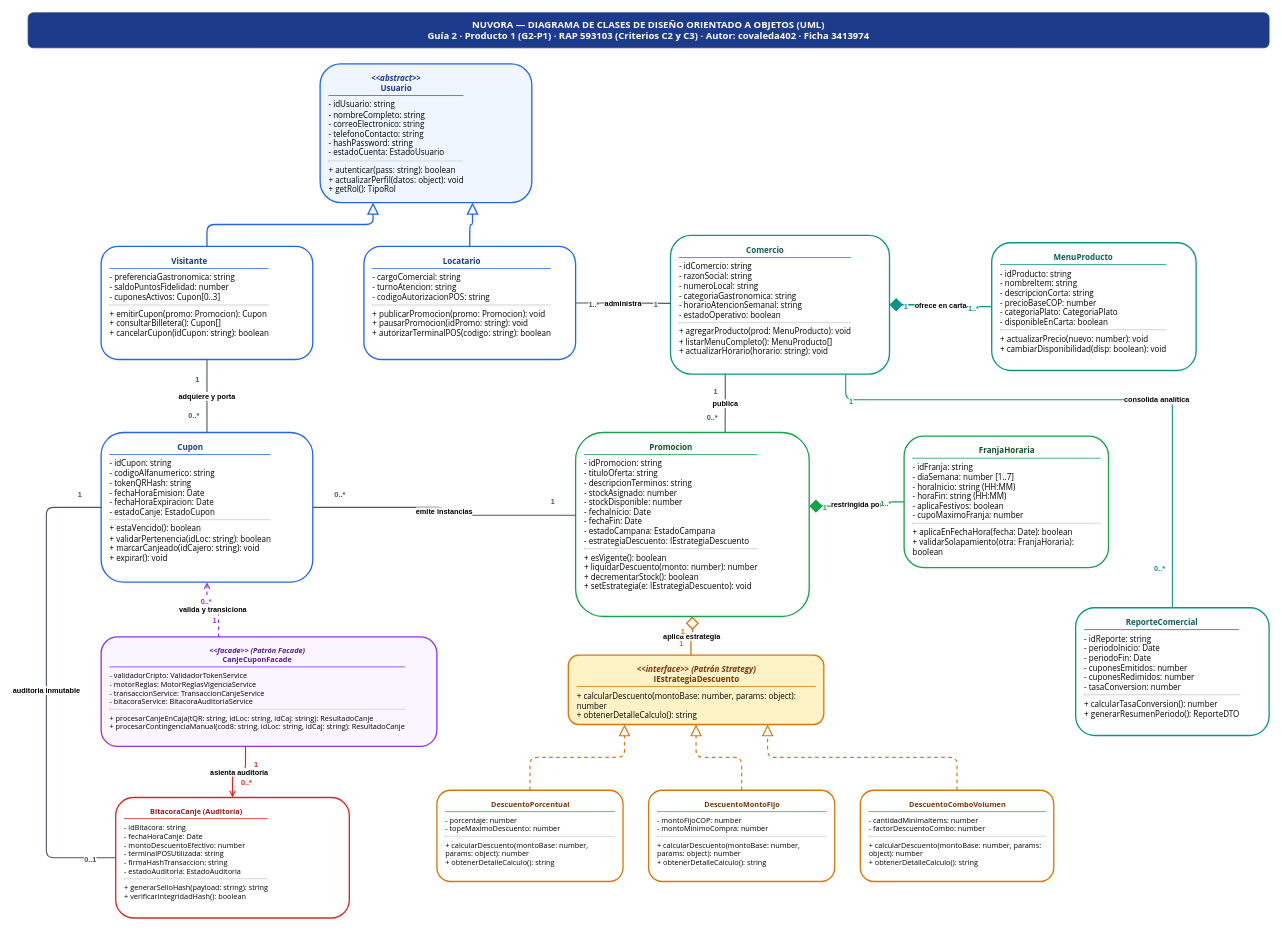
Earlier version of the draw.io diagram 02-training-project/01-phase/02-planning/06-architecture/04-evidence-learning/G2-P1-covaleda/02-diagrama-clases.drawio (covaleda402/ADSO-3413974). Source tidied: cells renumbered, new cells numbered last; positions are measured from the earlier drawing's top-left corner, leaving out a move shared by most shapes. Both pictures are drawn from the tidied source at 73%, with x=0, y=0 at pixel (28, 12).
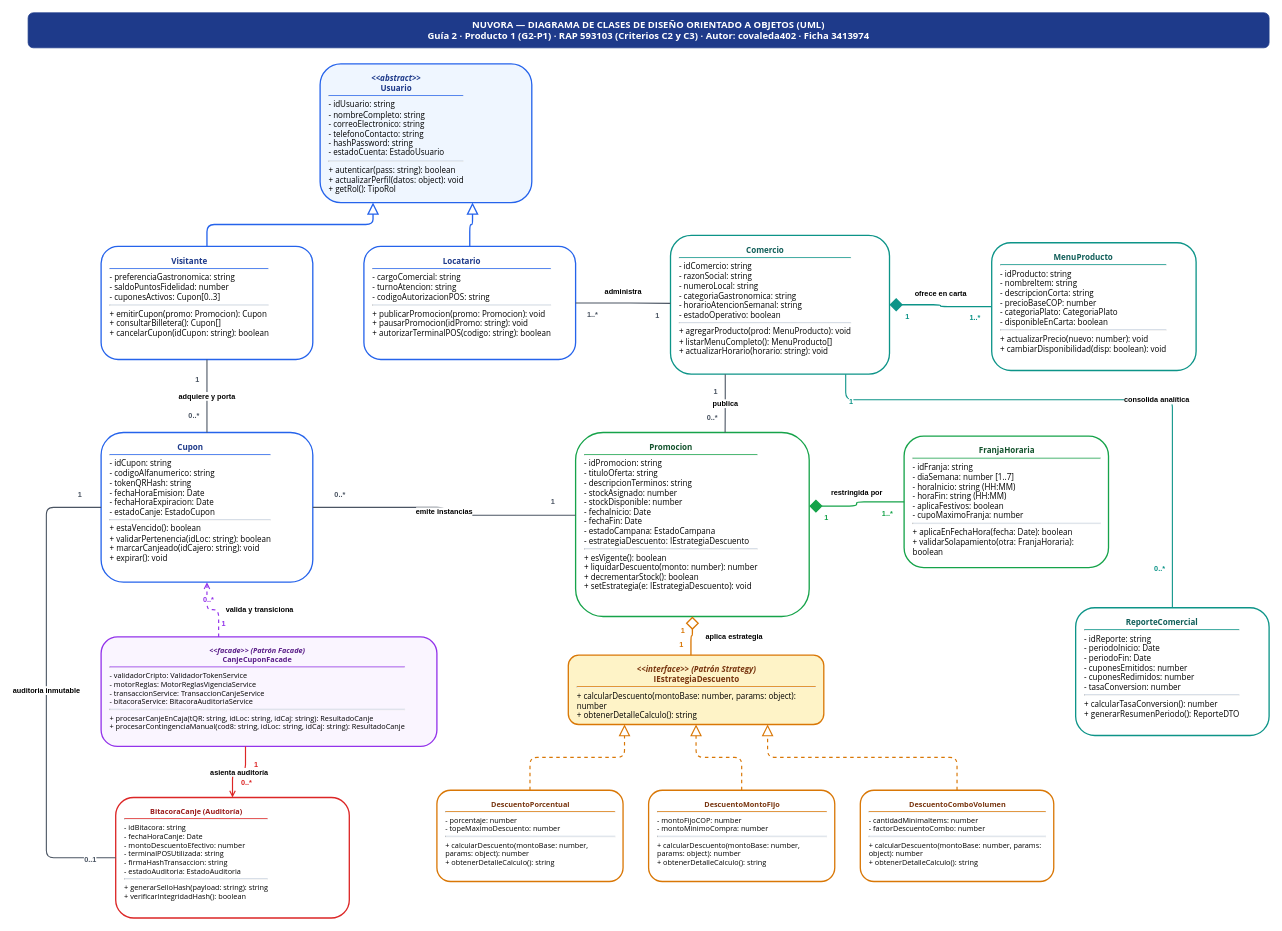
The same page after the edit.

Commit message (it also covers changes not shown here):
fix(g2-p1): pulir etiquetas en clases, unificar interfaces en componentes y flechas en despliegue

Unchanged cells that the change refers to:
```xml
<mxCell id="5" value="&lt;p style=&quot;margin:0px;text-align:center;font-weight:bold;color:#1E3A8A;&quot;&gt;Locatario&lt;/p&gt;&lt;hr style=&quot;border-top:1.5px solid #2563EB;margin:4px 0px;&quot;/&gt;- cargoComercial: string&lt;br/&gt;- turnoAtencion: string&lt;br/&gt;- codigoAutorizacionPOS: string&lt;hr style=&quot;border-top:1px solid #CBD5E1;margin:4px 0px;&quot;/&gt;+ publicarPromocion(promo: Promocion): void&lt;br/&gt;+ pausarPromocion(idPromo: string): void&lt;br/&gt;+ autorizarTerminalPOS(codigo: string): boolean" style="rounded=1;whiteSpace=wrap;html=1;align=left;verticalAlign=top;spacingLeft=10;spacingRight=10;spacingTop=6;spacingBottom=6;fillColor=#FFFFFF;strokeColor=#2563EB;strokeWidth=1.8;fontSize=11;fontFamily=Segoe UI;" parent="1" vertex="1">
  <mxGeometry x="460" y="320" width="290" height="155" as="geometry" />
</mxCell>
<mxCell id="6" value="&lt;p style=&quot;margin:0px;text-align:center;font-weight:bold;color:#115E59;&quot;&gt;Comercio&lt;/p&gt;&lt;hr style=&quot;border-top:1.5px solid #0D9488;margin:4px 0px;&quot;/&gt;- idComercio: string&lt;br/&gt;- razonSocial: string&lt;br/&gt;- numeroLocal: string&lt;br/&gt;- categoriaGastronomica: string&lt;br/&gt;- horarioAtencionSemanal: string&lt;br/&gt;- estadoOperativo: boolean&lt;hr style=&quot;border-top:1px solid #CBD5E1;margin:4px 0px;&quot;/&gt;+ agregarProducto(prod: MenuProducto): void&lt;br/&gt;+ listarMenuCompleto(): MenuProducto[]&lt;br/&gt;+ actualizarHorario(horario: string): void" style="rounded=1;whiteSpace=wrap;html=1;align=left;verticalAlign=top;spacingLeft=10;spacingRight=10;spacingTop=6;spacingBottom=6;fillColor=#FFFFFF;strokeColor=#0D9488;strokeWidth=1.8;fontSize=11;fontFamily=Segoe UI;" parent="1" vertex="1">
  <mxGeometry x="880" y="305" width="300" height="190" as="geometry" />
</mxCell>
<mxCell id="7" value="&lt;p style=&quot;margin:0px;text-align:center;font-weight:bold;color:#115E59;&quot;&gt;MenuProducto&lt;/p&gt;&lt;hr style=&quot;border-top:1.5px solid #0D9488;margin:4px 0px;&quot;/&gt;- idProducto: string&lt;br/&gt;- nombreItem: string&lt;br/&gt;- descripcionCorta: string&lt;br/&gt;- precioBaseCOP: number&lt;br/&gt;- categoriaPlato: CategoriaPlato&lt;br/&gt;- disponibleEnCarta: boolean&lt;hr style=&quot;border-top:1px solid #CBD5E1;margin:4px 0px;&quot;/&gt;+ actualizarPrecio(nuevo: number): void&lt;br/&gt;+ cambiarDisponibilidad(disp: boolean): void" style="rounded=1;whiteSpace=wrap;html=1;align=left;verticalAlign=top;spacingLeft=10;spacingRight=10;spacingTop=6;spacingBottom=6;fillColor=#FFFFFF;strokeColor=#0D9488;strokeWidth=1.8;fontSize=11;fontFamily=Segoe UI;" parent="1" vertex="1">
  <mxGeometry x="1320" y="315" width="280" height="175" as="geometry" />
</mxCell>
<mxCell id="8" value="&lt;p style=&quot;margin:0px;text-align:center;font-weight:bold;color:#1E3A8A;&quot;&gt;Cupon&lt;/p&gt;&lt;hr style=&quot;border-top:1.5px solid #2563EB;margin:4px 0px;&quot;/&gt;- idCupon: string&lt;br/&gt;- codigoAlfanumerico: string&lt;br/&gt;- tokenQRHash: string&lt;br/&gt;- fechaHoraEmision: Date&lt;br/&gt;- fechaHoraExpiracion: Date&lt;br/&gt;- estadoCanje: EstadoCupon&lt;hr style=&quot;border-top:1px solid #CBD5E1;margin:4px 0px;&quot;/&gt;+ estaVencido(): boolean&lt;br/&gt;+ validarPertenencia(idLoc: string): boolean&lt;br/&gt;+ marcarCanjeado(idCajero: string): void&lt;br/&gt;+ expirar(): void" style="rounded=1;whiteSpace=wrap;html=1;align=left;verticalAlign=top;spacingLeft=10;spacingRight=10;spacingTop=6;spacingBottom=6;fillColor=#FFFFFF;strokeColor=#2563EB;strokeWidth=1.8;fontSize=11;fontFamily=Segoe UI;" parent="1" vertex="1">
  <mxGeometry x="100" y="575" width="290" height="205" as="geometry" />
</mxCell>
<mxCell id="9" value="&lt;p style=&quot;margin:0px;text-align:center;font-weight:bold;color:#14532D;&quot;&gt;Promocion&lt;/p&gt;&lt;hr style=&quot;border-top:1.5px solid #16A34A;margin:4px 0px;&quot;/&gt;- idPromocion: string&lt;br/&gt;- tituloOferta: string&lt;br/&gt;- descripcionTerminos: string&lt;br/&gt;- stockAsignado: number&lt;br/&gt;- stockDisponible: number&lt;br/&gt;- fechaInicio: Date&lt;br/&gt;- fechaFin: Date&lt;br/&gt;- estadoCampana: EstadoCampana&lt;br/&gt;- estrategiaDescuento: IEstrategiaDescuento&lt;hr style=&quot;border-top:1px solid #CBD5E1;margin:4px 0px;&quot;/&gt;+ esVigente(): boolean&lt;br/&gt;+ liquidarDescuento(monto: number): number&lt;br/&gt;+ decrementarStock(): boolean&lt;br/&gt;+ setEstrategia(e: IEstrategiaDescuento): void" style="rounded=1;whiteSpace=wrap;html=1;align=left;verticalAlign=top;spacingLeft=10;spacingRight=10;spacingTop=6;spacingBottom=6;fillColor=#FFFFFF;strokeColor=#16A34A;strokeWidth=1.8;fontSize=11;fontFamily=Segoe UI;" parent="1" vertex="1">
  <mxGeometry x="750" y="575" width="320" height="252" as="geometry" />
</mxCell>
<mxCell id="10" value="&lt;p style=&quot;margin:0px;text-align:center;font-weight:bold;color:#14532D;&quot;&gt;FranjaHoraria&lt;/p&gt;&lt;hr style=&quot;border-top:1.5px solid #16A34A;margin:4px 0px;&quot;/&gt;- idFranja: string&lt;br/&gt;- diaSemana: number [1..7]&lt;br/&gt;- horaInicio: string (HH:MM)&lt;br/&gt;- horaFin: string (HH:MM)&lt;br/&gt;- aplicaFestivos: boolean&lt;br/&gt;- cupoMaximoFranja: number&lt;hr style=&quot;border-top:1px solid #CBD5E1;margin:4px 0px;&quot;/&gt;+ aplicaEnFechaHora(fecha: Date): boolean&lt;br/&gt;+ validarSolapamiento(otra: FranjaHoraria): boolean" style="rounded=1;whiteSpace=wrap;html=1;align=left;verticalAlign=top;spacingLeft=10;spacingRight=10;spacingTop=6;spacingBottom=6;fillColor=#FFFFFF;strokeColor=#16A34A;strokeWidth=1.8;fontSize=11;fontFamily=Segoe UI;" parent="1" vertex="1">
  <mxGeometry x="1200" y="580" width="280" height="180" as="geometry" />
</mxCell>
<mxCell id="12" value="&lt;p style=&quot;margin:0px;text-align:center;font-weight:bold;color:#78350F;&quot;&gt;&lt;i&gt;&amp;lt;&amp;lt;interface&amp;gt;&amp;gt; (Patrón Strategy)&lt;/i&gt;&lt;br/&gt;IEstrategiaDescuento&lt;/p&gt;&lt;hr style=&quot;border-top:1.5px solid #D97706;margin:4px 0px;&quot;/&gt;+ calcularDescuento(montoBase: number, params: object): number&lt;br/&gt;+ obtenerDetalleCalculo(): string" style="rounded=1;whiteSpace=wrap;html=1;align=left;verticalAlign=top;spacingLeft=10;spacingRight=10;spacingTop=6;spacingBottom=6;fillColor=#FEF3C7;strokeColor=#D97706;strokeWidth=1.8;fontSize=11;fontFamily=Segoe UI;" parent="1" vertex="1">
  <mxGeometry x="740" y="880" width="350" height="95" as="geometry" />
</mxCell>
<mxCell id="16" value="&lt;p style=&quot;margin:0px;text-align:center;font-weight:bold;color:#581C87;&quot;&gt;&lt;i&gt;&amp;lt;&amp;lt;facade&amp;gt;&amp;gt; (Patrón Facade)&lt;/i&gt;&lt;br/&gt;CanjeCuponFacade&lt;/p&gt;&lt;hr style=&quot;border-top:1.5px solid #9333EA;margin:4px 0px;&quot;/&gt;- validadorCripto: ValidadorTokenService&lt;br/&gt;- motorReglas: MotorReglasVigenciaService&lt;br/&gt;- transaccionService: TransaccionCanjeService&lt;br/&gt;- bitacoraService: BitacoraAuditoriaService&lt;hr style=&quot;border-top:1px solid #CBD5E1;margin:4px 0px;&quot;/&gt;+ procesarCanjeEnCaja(tQR: string, idLoc: string, idCaj: string): ResultadoCanje&lt;br/&gt;+ procesarContingenciaManual(cod8: string, idLoc: string, idCaj: string): ResultadoCanje" style="rounded=1;whiteSpace=wrap;html=1;align=left;verticalAlign=top;spacingLeft=10;spacingRight=10;spacingTop=6;spacingBottom=6;fillColor=#FAF5FF;strokeColor=#9333EA;strokeWidth=1.8;fontSize=10;fontFamily=Segoe UI;" parent="1" vertex="1">
  <mxGeometry x="100" y="855" width="460" height="150" as="geometry" />
</mxCell>
```

Diff of the diagram source:
```diff
@@
     <mxCell id="20" value="administra" style="edgeStyle=orthogonalEdgeStyle;endArrow=none;html=1;strokeColor=#4B5563;strokeWidth=1.5;fontSize=10;fontStyle=1;labelBackgroundColor=#ffffff;exitX=1;exitY=0.5;entryX=0;entryY=0.49;" parent="1" edge="1" source="5" target="6">
-      <mxGeometry relative="1" as="geometry" />
+      <mxGeometry relative="1" as="geometry">
+        <mxPoint y="-16" as="offset" />
+      </mxGeometry>
     </mxCell>
-    <mxCell id="21" value="1..*" style="edgeLabel;html=1;align=left;verticalAlign=bottom;fontSize=10;fontStyle=1;fontColor=#4B5563;" parent="20" vertex="1">
-      <mxGeometry x="-0.75" y="-10" relative="1" as="geometry" />
+    <mxCell id="21" value="1..*" style="edgeLabel;html=1;align=left;verticalAlign=middle;fontSize=10;fontStyle=1;fontColor=#4B5563;labelBackgroundColor=#ffffff;" parent="20" vertex="1">
+      <mxGeometry x="-0.78" relative="1" as="geometry">
+        <mxPoint y="15" as="offset" />
+      </mxGeometry>
     </mxCell>
-    <mxCell id="22" value="1" style="edgeLabel;html=1;align=right;verticalAlign=bottom;fontSize=10;fontStyle=1;fontColor=#4B5563;" parent="20" vertex="1">
-      <mxGeometry x="0.75" y="-10" relative="1" as="geometry" />
+    <mxCell id="22" value="1" style="edgeLabel;html=1;align=right;verticalAlign=middle;fontSize=10;fontStyle=1;fontColor=#4B5563;labelBackgroundColor=#ffffff;" parent="20" vertex="1">
+      <mxGeometry x="0.78" relative="1" as="geometry">
+        <mxPoint y="15" as="offset" />
+      </mxGeometry>
     </mxCell>
     <mxCell id="23" value="ofrece en carta" style="edgeStyle=orthogonalEdgeStyle;startArrow=diamond;startSize=14;startFill=1;endArrow=none;html=1;strokeColor=#0D9488;strokeWidth=1.8;fontSize=10;fontStyle=1;labelBackgroundColor=#ffffff;exitX=1;exitY=0.5;entryX=0;entryY=0.5;" parent="1" edge="1" source="6" target="7">
-      <mxGeometry relative="1" as="geometry" />
+      <mxGeometry relative="1" as="geometry">
+        <mxPoint y="-16" as="offset" />
+      </mxGeometry>
     </mxCell>
-    <mxCell id="24" value="1" style="edgeLabel;html=1;align=left;verticalAlign=bottom;fontSize=10;fontStyle=1;fontColor=#0D9488;" parent="23" vertex="1">
-      <mxGeometry x="-0.75" y="-10" relative="1" as="geometry" />
+    <mxCell id="24" value="1" style="edgeLabel;html=1;align=left;verticalAlign=middle;fontSize=10;fontStyle=1;fontColor=#0D9488;labelBackgroundColor=#ffffff;" parent="23" vertex="1">
+      <mxGeometry x="-0.72" relative="1" as="geometry">
+        <mxPoint y="15" as="offset" />
+      </mxGeometry>
     </mxCell>
-    <mxCell id="25" value="1..*" style="edgeLabel;html=1;align=right;verticalAlign=bottom;fontSize=10;fontStyle=1;fontColor=#0D9488;" parent="23" vertex="1">
-      <mxGeometry x="0.75" y="-10" relative="1" as="geometry" />
+    <mxCell id="25" value="1..*" style="edgeLabel;html=1;align=right;verticalAlign=middle;fontSize=10;fontStyle=1;fontColor=#0D9488;labelBackgroundColor=#ffffff;" parent="23" vertex="1">
+      <mxGeometry x="0.78" relative="1" as="geometry">
+        <mxPoint y="15" as="offset" />
+      </mxGeometry>
     </mxCell>
@@
     <mxCell id="32" value="restringida por" style="edgeStyle=orthogonalEdgeStyle;startArrow=diamond;startSize=14;startFill=1;endArrow=none;html=1;strokeColor=#16A34A;strokeWidth=1.8;fontSize=10;fontStyle=1;labelBackgroundColor=#ffffff;exitX=1;exitY=0.4;entryX=0;entryY=0.5;" parent="1" edge="1" source="9" target="10">
-      <mxGeometry relative="1" as="geometry" />
+      <mxGeometry relative="1" as="geometry">
+        <mxPoint y="-16" as="offset" />
+      </mxGeometry>
     </mxCell>
-    <mxCell id="33" value="1" style="edgeLabel;html=1;align=left;verticalAlign=bottom;fontSize=10;fontStyle=1;fontColor=#16A34A;" parent="32" vertex="1">
-      <mxGeometry x="-0.75" y="-10" relative="1" as="geometry" />
+    <mxCell id="33" value="1" style="edgeLabel;html=1;align=left;verticalAlign=middle;fontSize=10;fontStyle=1;fontColor=#16A34A;labelBackgroundColor=#ffffff;" parent="32" vertex="1">
+      <mxGeometry x="-0.72" relative="1" as="geometry">
+        <mxPoint y="15" as="offset" />
+      </mxGeometry>
     </mxCell>
-    <mxCell id="34" value="1..*" style="edgeLabel;html=1;align=right;verticalAlign=bottom;fontSize=10;fontStyle=1;fontColor=#16A34A;" parent="32" vertex="1">
-      <mxGeometry x="0.75" y="-10" relative="1" as="geometry" />
+    <mxCell id="34" value="1..*" style="edgeLabel;html=1;align=right;verticalAlign=middle;fontSize=10;fontStyle=1;fontColor=#16A34A;labelBackgroundColor=#ffffff;" parent="32" vertex="1">
+      <mxGeometry x="0.78" relative="1" as="geometry">
+        <mxPoint y="15" as="offset" />
+      </mxGeometry>
     </mxCell>
@@
     <mxCell id="41" value="aplica estrategia" style="edgeStyle=orthogonalEdgeStyle;startArrow=diamond;startSize=14;startFill=0;endArrow=none;html=1;strokeColor=#D97706;strokeWidth=1.8;fontSize=10;fontStyle=1;labelBackgroundColor=#ffffff;exitX=0.5;exitY=1;entryX=0.48;entryY=0;" parent="1" edge="1" source="9" target="12">
-      <mxGeometry relative="1" as="geometry" />
+      <mxGeometry relative="1" as="geometry">
+        <mxPoint x="58" as="offset" />
+      </mxGeometry>
     </mxCell>
     <mxCell id="42" value="1" style="edgeLabel;html=1;align=right;verticalAlign=top;fontSize=10;fontStyle=1;fontColor=#D97706;" parent="41" vertex="1">
-      <mxGeometry x="-0.7" y="-10" relative="1" as="geometry" />
+      <mxGeometry x="-0.75" y="-10" relative="1" as="geometry" />
     </mxCell>
     <mxCell id="43" value="1" style="edgeLabel;html=1;align=right;verticalAlign=bottom;fontSize=10;fontStyle=1;fontColor=#D97706;" parent="41" vertex="1">
-      <mxGeometry x="0.7" y="-10" relative="1" as="geometry" />
+      <mxGeometry x="0.75" y="-10" relative="1" as="geometry" />
     </mxCell>
@@
     <mxCell id="47" value="valida y transiciona" style="edgeStyle=orthogonalEdgeStyle;endArrow=open;dashed=1;html=1;strokeColor=#9333EA;strokeWidth=1.6;fontSize=10;fontStyle=1;labelBackgroundColor=#ffffff;exitX=0.35;exitY=0;entryX=0.5;entryY=1;" parent="1" edge="1" source="16" target="8">
-      <mxGeometry relative="1" as="geometry" />
+      <mxGeometry relative="1" as="geometry">
+        <mxPoint x="64" as="offset" />
+      </mxGeometry>
     </mxCell>
-    <mxCell id="48" value="1" style="edgeLabel;html=1;align=left;verticalAlign=bottom;fontSize=10;fontStyle=1;fontColor=#9333EA;" parent="47" vertex="1">
-      <mxGeometry x="-0.7" y="10" relative="1" as="geometry" />
+    <mxCell id="48" value="1" style="edgeLabel;html=1;align=right;verticalAlign=bottom;fontSize=10;fontStyle=1;fontColor=#9333EA;" parent="47" vertex="1">
+      <mxGeometry x="-0.75" y="-10" relative="1" as="geometry" />
     </mxCell>
-    <mxCell id="49" value="0..*" style="edgeLabel;html=1;align=left;verticalAlign=top;fontSize=10;fontStyle=1;fontColor=#9333EA;" parent="47" vertex="1">
-      <mxGeometry x="0.7" y="10" relative="1" as="geometry" />
+    <mxCell id="49" value="0..*" style="edgeLabel;html=1;align=right;verticalAlign=top;fontSize=10;fontStyle=1;fontColor=#9333EA;" parent="47" vertex="1">
+      <mxGeometry x="0.75" y="-10" relative="1" as="geometry" />
     </mxCell>
```
